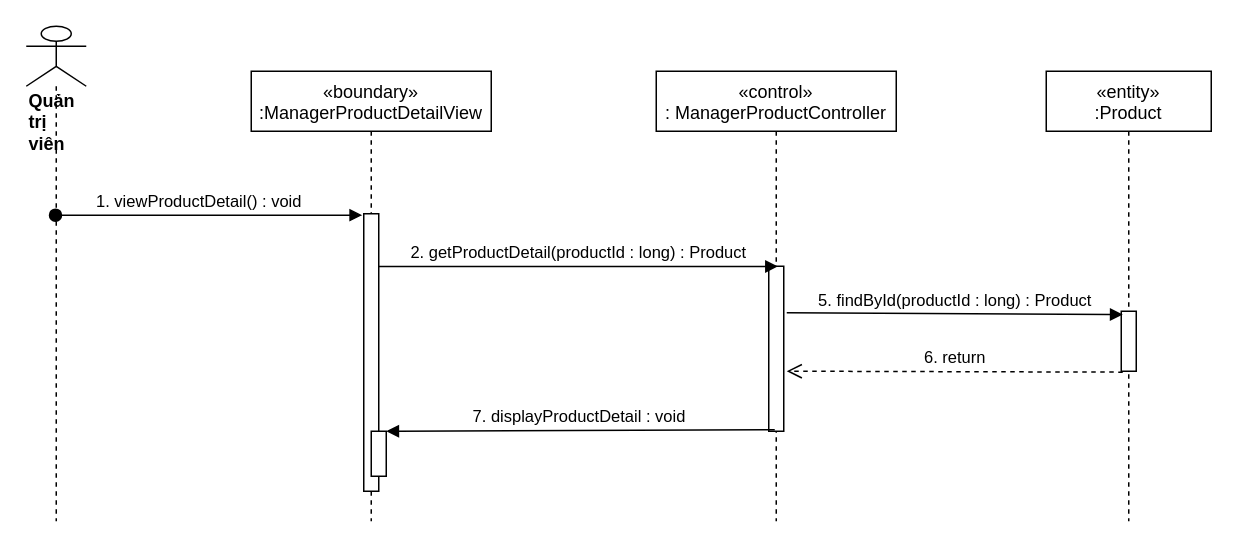
Above: sequence diagram/view-ProductDetail-manager-sequence.drawio in nguyenphamvan/datn_20202 (draw.io), before the change. Source tidied: cells renumbered, new cells numbered last; positions are measured from the earlier drawing's top-left corner, leaving out a move shared by most shapes. Both pictures are drawn from the tidied source at 150%, with x=0, y=0 at pixel (26, 26).
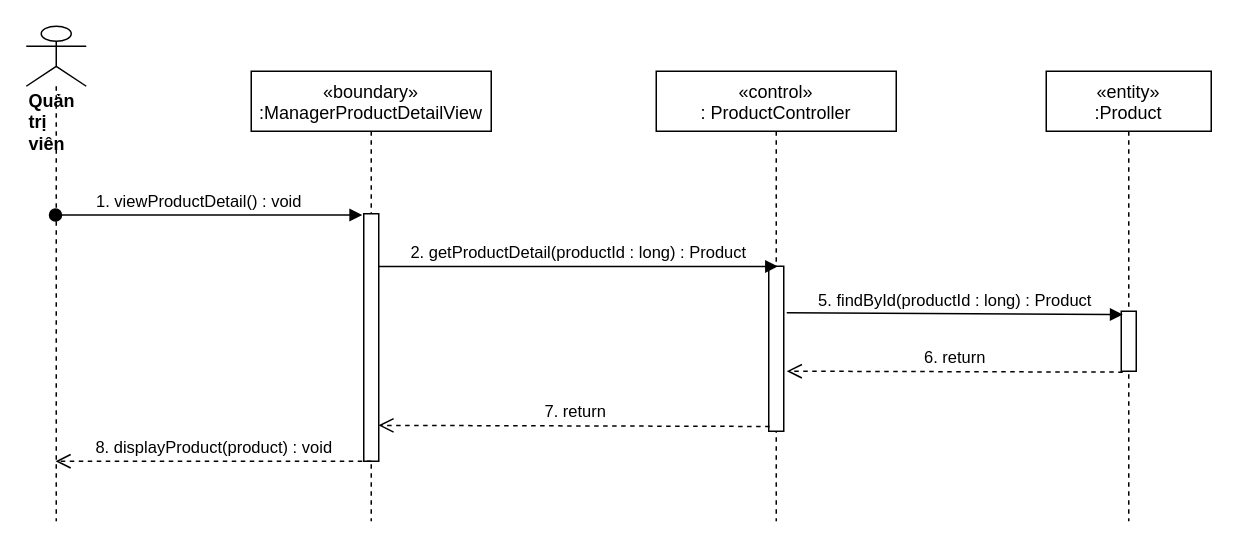
After the change.

Diff of the diagram source:
```diff
@@
 <mxGraphModel>
   <root>
     <mxCell id="0" />
     <mxCell id="1" parent="0" />
     <mxCell id="2" value="«boundary»&#10;:ManagerProductDetailView" style="shape=umlLifeline;perimeter=lifelinePerimeter;rounded=0;shadow=0;strokeWidth=1;" parent="1" vertex="1">
       <mxGeometry x="150" y="30" width="160" height="300" as="geometry" />
     </mxCell>
     <mxCell id="3" style="points=[];perimeter=orthogonalPerimeter;rounded=0;shadow=0;strokeWidth=1;" parent="2" vertex="1">
-      <mxGeometry x="75" y="95" width="10" height="185" as="geometry" />
+      <mxGeometry x="75" y="95" width="10" height="165" as="geometry" />
     </mxCell>
-    <mxCell id="4" style="html=1;points=[];perimeter=orthogonalPerimeter;" parent="2" vertex="1">
-      <mxGeometry x="80" y="240" width="10" height="30" as="geometry" />
-    </mxCell>
-    <mxCell id="5" value="«control»&#10;: ManagerProductController" style="shape=umlLifeline;perimeter=lifelinePerimeter;rounded=0;shadow=0;strokeWidth=1;" parent="1" vertex="1">
+    <mxCell id="5" value="«control»&#10;: ProductController" style="shape=umlLifeline;perimeter=lifelinePerimeter;rounded=0;shadow=0;strokeWidth=1;" parent="1" vertex="1">
       <mxGeometry x="420" y="30" width="160" height="300" as="geometry" />
     </mxCell>
     <mxCell id="6" style="points=[];perimeter=orthogonalPerimeter;rounded=0;shadow=0;strokeWidth=1;" parent="5" vertex="1">
       <mxGeometry x="75" y="130" width="10" height="110" as="geometry" />
     </mxCell>
     <mxCell id="7" value="&lt;div&gt;&lt;b&gt;Quản trị viên&lt;/b&gt;&lt;/div&gt;" style="shape=umlLifeline;participant=umlActor;perimeter=lifelinePerimeter;whiteSpace=wrap;html=1;verticalAlign=top;spacingTop=36;outlineConnect=0;align=left;size=40;" parent="1" vertex="1">
       <mxGeometry width="40" height="330" as="geometry" />
     </mxCell>
     <mxCell id="8" value="1. viewProductDetail() : void" style="verticalAlign=bottom;startArrow=oval;endArrow=block;startSize=8;shadow=0;strokeWidth=1;entryX=-0.1;entryY=0.005;entryDx=0;entryDy=0;entryPerimeter=0;" parent="1" edge="1" source="7" target="3">
       <mxGeometry x="-0.06" relative="1" as="geometry" />
     </mxCell>
     <mxCell id="9" value="2. getProductDetail(productId : long) : Product" style="html=1;verticalAlign=bottom;endArrow=block;entryX=0.617;entryY=0.001;entryDx=0;entryDy=0;entryPerimeter=0;" parent="1" edge="1" source="3" target="6">
       <mxGeometry relative="1" as="geometry" />
     </mxCell>
-    <mxCell id="10" value="7. displayProductDetail : void" style="verticalAlign=bottom;endArrow=block;shadow=0;strokeWidth=1;exitX=0.4;exitY=0.991;exitDx=0;exitDy=0;exitPerimeter=0;" parent="1" edge="1" source="6" target="4">
-      <mxGeometry relative="1" as="geometry" />
-    </mxCell>
     <mxCell id="11" value="«entity»&#10;:Product" style="shape=umlLifeline;perimeter=lifelinePerimeter;rounded=0;shadow=0;strokeWidth=1;" parent="1" vertex="1">
       <mxGeometry x="680" y="30" width="110" height="300" as="geometry" />
     </mxCell>
     <mxCell id="12" style="points=[];perimeter=orthogonalPerimeter;rounded=0;shadow=0;strokeWidth=1;" parent="11" vertex="1">
       <mxGeometry x="50" y="160" width="10" height="40" as="geometry" />
     </mxCell>
     <mxCell id="13" value="5. findById(productId : long) : Product" style="html=1;verticalAlign=bottom;endArrow=block;entryX=0.1;entryY=0.055;entryDx=0;entryDy=0;entryPerimeter=0;exitX=1.2;exitY=0.282;exitDx=0;exitDy=0;exitPerimeter=0;" parent="1" edge="1" source="6" target="12">
       <mxGeometry relative="1" as="geometry" />
     </mxCell>
     <mxCell id="14" value="6. return" style="html=1;verticalAlign=bottom;endArrow=open;dashed=1;endSize=8;exitX=0.1;exitY=1.015;exitDx=0;exitDy=0;exitPerimeter=0;entryX=1.2;entryY=0.636;entryDx=0;entryDy=0;entryPerimeter=0;" parent="1" edge="1" source="12" target="6">
       <mxGeometry relative="1" as="geometry" />
     </mxCell>
+    <mxCell id="15" value="7. return" style="html=1;verticalAlign=bottom;endArrow=open;dashed=1;endSize=8;exitX=0.06;exitY=0.971;exitDx=0;exitDy=0;exitPerimeter=0;entryX=0.98;entryY=0.855;entryDx=0;entryDy=0;entryPerimeter=0;" parent="1" edge="1" source="6" target="3">
+      <mxGeometry relative="1" as="geometry" />
+    </mxCell>
+    <mxCell id="16" value="8. displayProduct(product) : void" style="html=1;verticalAlign=bottom;endArrow=open;dashed=1;endSize=8;exitX=0.5;exitY=1;exitDx=0;exitDy=0;exitPerimeter=0;" parent="1" edge="1" source="3" target="7">
+      <mxGeometry relative="1" as="geometry" />
+    </mxCell>
   </root>
 </mxGraphModel>
```
